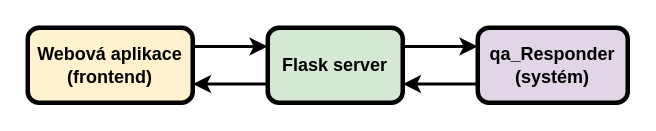
JonasBoi/BP keeps this draw.io diagram as images/web_demo.drawio. Above is the earlier version. Source tidied: cells renumbered, new cells numbered last; positions are measured from the earlier drawing's top-left corner, leaving out a move shared by most shapes. Both pictures are drawn from the tidied source at 150%, with x=0, y=0 at pixel (27, 27).
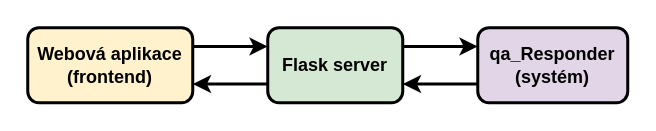
The same page after the edit.

Diff of the diagram source:
```diff
@@
 <mxGraphModel>
   <root>
     <mxCell id="0" />
     <mxCell id="1" parent="0" />
     <mxCell id="2" style="edgeStyle=orthogonalEdgeStyle;rounded=0;jettySize=auto;html=1;exitX=1;exitY=0.25;exitDx=0;exitDy=0;strokeWidth=2;entryX=0;entryY=0.25;entryDx=0;entryDy=0;" parent="1" edge="1" source="3" target="6">
       <mxGeometry relative="1" as="geometry">
         <Array as="points">
           <mxPoint x="100" y="13" />
           <mxPoint x="100" y="13" />
         </Array>
       </mxGeometry>
     </mxCell>
-    <mxCell id="3" value="&lt;b&gt;Webová aplikace (frontend)&lt;/b&gt;" style="rounded=1;whiteSpace=wrap;html=1;strokeWidth=3;fillColor=#fff2cc;" parent="1" vertex="1">
+    <mxCell id="3" value="&lt;b&gt;Webová aplikace (frontend)&lt;/b&gt;" style="rounded=1;whiteSpace=wrap;html=1;strokeWidth=2;fillColor=#fff2cc;" parent="1" vertex="1">
       <mxGeometry width="110" height="50" as="geometry" />
     </mxCell>
     <mxCell id="4" style="edgeStyle=orthogonalEdgeStyle;rounded=0;jettySize=auto;html=1;exitX=0;exitY=0.75;exitDx=0;exitDy=0;entryX=1;entryY=0.75;entryDx=0;entryDy=0;strokeWidth=2;" parent="1" edge="1" source="6" target="3">
       <mxGeometry relative="1" as="geometry" />
     </mxCell>
     <mxCell id="5" style="edgeStyle=orthogonalEdgeStyle;rounded=0;jettySize=auto;html=1;exitX=1;exitY=0.25;exitDx=0;exitDy=0;entryX=0;entryY=0.25;entryDx=0;entryDy=0;strokeWidth=2;" parent="1" edge="1" source="6" target="8">
       <mxGeometry relative="1" as="geometry">
         <Array as="points">
           <mxPoint x="300" y="13" />
           <mxPoint x="300" y="13" />
         </Array>
       </mxGeometry>
     </mxCell>
-    <mxCell id="6" value="&lt;b&gt;Flask server&lt;/b&gt;" style="rounded=1;whiteSpace=wrap;html=1;strokeWidth=3;fillColor=#d5e8d4;" parent="1" vertex="1">
+    <mxCell id="6" value="&lt;b&gt;Flask server&lt;/b&gt;" style="rounded=1;whiteSpace=wrap;html=1;strokeWidth=2;fillColor=#d5e8d4;" parent="1" vertex="1">
       <mxGeometry x="160" width="90" height="50" as="geometry" />
     </mxCell>
     <mxCell id="7" style="edgeStyle=orthogonalEdgeStyle;rounded=0;jettySize=auto;html=1;exitX=0;exitY=0.75;exitDx=0;exitDy=0;entryX=1;entryY=0.75;entryDx=0;entryDy=0;strokeWidth=2;" parent="1" edge="1" source="8" target="6">
       <mxGeometry relative="1" as="geometry" />
     </mxCell>
-    <mxCell id="8" value="&lt;b&gt;qa_Responder (systém)&lt;/b&gt;" style="rounded=1;whiteSpace=wrap;html=1;strokeWidth=3;fillColor=#e1d5e7;" parent="1" vertex="1">
+    <mxCell id="8" value="&lt;b&gt;qa_Responder (systém)&lt;/b&gt;" style="rounded=1;whiteSpace=wrap;html=1;strokeWidth=2;fillColor=#e1d5e7;" parent="1" vertex="1">
       <mxGeometry x="300" width="100" height="50" as="geometry" />
     </mxCell>
   </root>
 </mxGraphModel>
```
